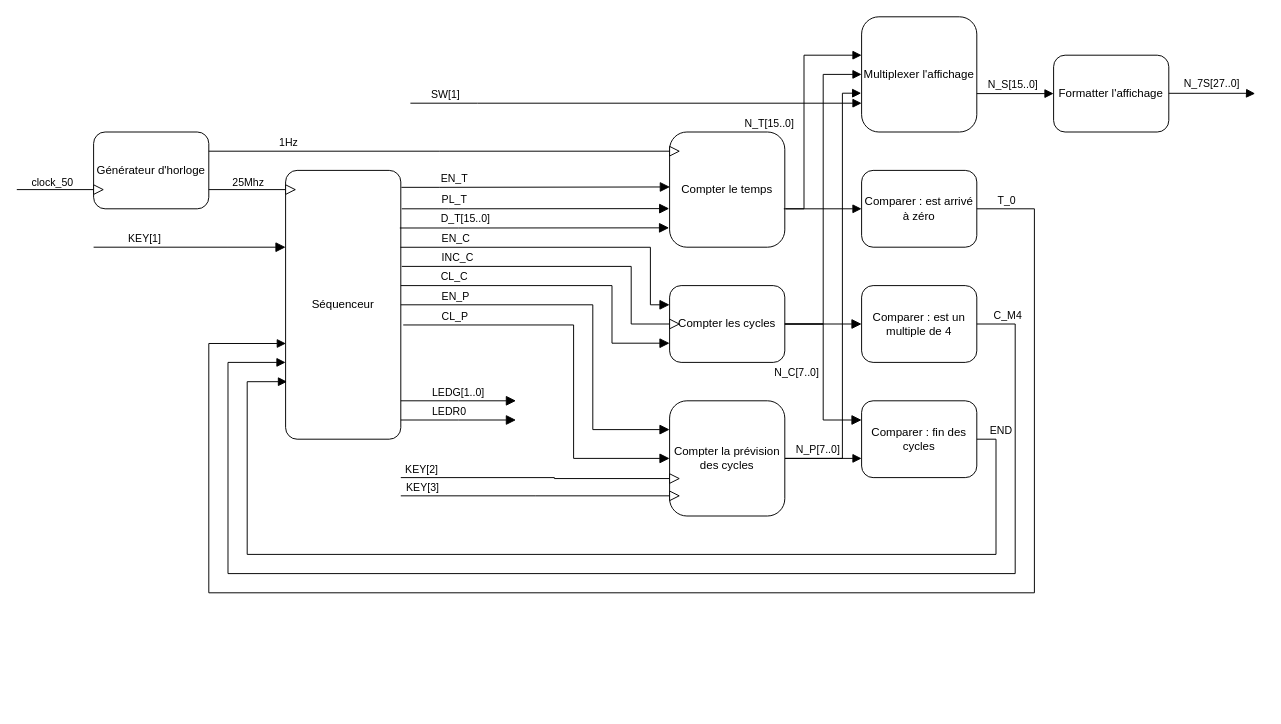
Yohannans/pythonCours keeps this draw.io diagram as Diagramme sans nom.drawio. Above is the earlier version. Source tidied: cells renumbered, new cells numbered last; positions are measured from the earlier drawing's top-left corner, leaving out a move shared by most shapes. Both pictures are drawn from the tidied source at 96%, with x=0, y=0 at pixel (16, 16).
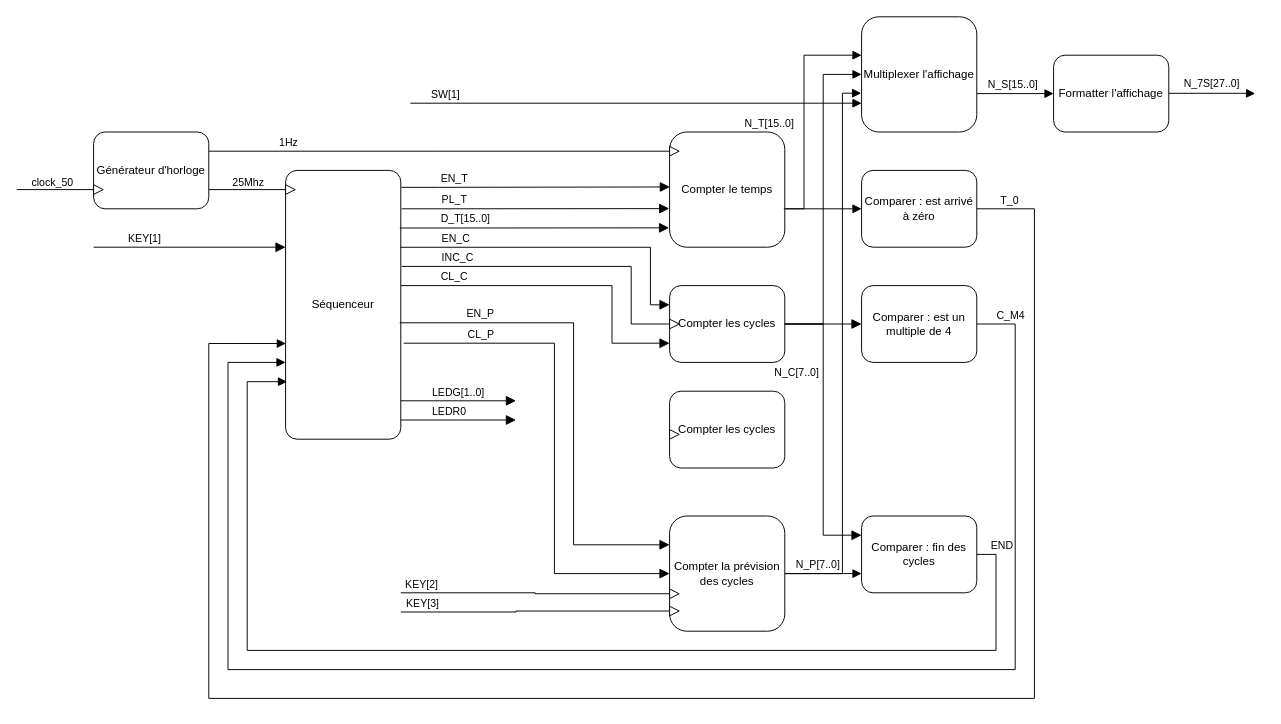
Above is the later version.

Commit message:
Mettre à jour Diagramme sans nom.drawio

The change refers to these unchanged cells:
```xml
<mxCell id="5" value="&lt;font face=&quot;Lora&quot;&gt;Séquenceur&lt;/font&gt;" style="rounded=1;whiteSpace=wrap;html=1;glass=0;arcSize=10;snapToPoint=1;fixDash=0;" parent="1" vertex="1">
  <mxGeometry x="280" y="160" width="120" height="280" as="geometry" />
</mxCell>
<mxCell id="49" value="&lt;font face=&quot;Lora&quot;&gt;Comparer : est un multiple de 4&lt;/font&gt;" style="rounded=1;whiteSpace=wrap;html=1;" parent="1" vertex="1">
  <mxGeometry x="880" y="280" width="120" height="80" as="geometry" />
</mxCell>
<mxCell id="52" value="&lt;font face=&quot;Lora&quot;&gt;Comparer : est arrivé à&amp;nbsp;zéro&lt;/font&gt;" style="rounded=1;whiteSpace=wrap;html=1;" parent="1" vertex="1">
  <mxGeometry x="880" y="160" width="120" height="80" as="geometry" />
</mxCell>
<mxCell id="61" value="&lt;font face=&quot;Lora&quot;&gt;Multiplexer l'affichage&lt;/font&gt;" style="rounded=1;whiteSpace=wrap;html=1;" parent="1" vertex="1">
  <mxGeometry x="880" width="120" height="120" as="geometry" />
</mxCell>
```

What changed in the source:
```diff
@@
     <mxCell id="37" style="edgeStyle=orthogonalEdgeStyle;rounded=0;jettySize=auto;html=1;exitX=1;exitY=0.5;exitDx=0;exitDy=0;entryX=-0.003;entryY=0.663;entryDx=0;entryDy=0;entryPerimeter=0;endArrow=block;endFill=1;endSize=7;" parent="1" edge="1" source="38" target="61">
       <mxGeometry relative="1" as="geometry">
         <Array as="points">
-          <mxPoint x="860" y="460" />
+          <mxPoint x="860" y="580" />
           <mxPoint x="860" y="80" />
           <mxPoint x="880" y="80" />
         </Array>
       </mxGeometry>
     </mxCell>
     <mxCell id="38" value="&lt;font face=&quot;Lora&quot;&gt;Compter la prévision des cycles&lt;/font&gt;" style="rounded=1;whiteSpace=wrap;html=1;" parent="1" vertex="1">
-      <mxGeometry x="680" y="400" width="120" height="120" as="geometry" />
+      <mxGeometry x="680" y="520" width="120" height="120" as="geometry" />
     </mxCell>
-    <mxCell id="39" style="edgeStyle=elbowEdgeStyle;elbow=horizontal;endArrow=block;html=1;curved=0;rounded=0;endSize=8;startSize=8;endFill=1;entryX=0;entryY=0.25;entryDx=0;entryDy=0;exitX=1;exitY=0.5;exitDx=0;exitDy=0;" parent="1" edge="1" source="5" target="38">
+    <mxCell id="39" style="edgeStyle=elbowEdgeStyle;elbow=horizontal;endArrow=block;html=1;curved=0;rounded=0;endSize=8;startSize=8;endFill=1;entryX=0;entryY=0.25;entryDx=0;entryDy=0;exitX=0.991;exitY=0.567;exitDx=0;exitDy=0;exitPerimeter=0;" parent="1" edge="1" source="5" target="38">
       <mxGeometry relative="1" as="geometry">
         <Array as="points">
-          <mxPoint x="600" y="360" />
+          <mxPoint x="580" y="430" />
         </Array>
       </mxGeometry>
     </mxCell>
@@
-    <mxCell id="41" style="edgeStyle=elbowEdgeStyle;elbow=horizontal;endArrow=block;html=1;curved=0;rounded=0;endSize=8;startSize=8;endFill=1;entryX=0;entryY=0.5;entryDx=0;entryDy=0;exitX=1.021;exitY=0.575;exitDx=0;exitDy=0;exitPerimeter=0;" parent="1" edge="1" source="5" target="38">
+    <mxCell id="41" style="edgeStyle=elbowEdgeStyle;elbow=horizontal;endArrow=block;html=1;curved=0;rounded=0;endSize=8;startSize=8;endFill=1;entryX=0;entryY=0.5;entryDx=0;entryDy=0;" parent="1" edge="1" target="38">
       <mxGeometry relative="1" as="geometry">
+        <mxPoint x="403" y="340" as="sourcePoint" />
         <Array as="points">
-          <mxPoint x="580" y="390" />
+          <mxPoint x="560" y="460" />
         </Array>
       </mxGeometry>
     </mxCell>
@@
     <mxCell id="43" style="edgeStyle=elbowEdgeStyle;elbow=horizontal;endArrow=none;html=1;curved=0;rounded=0;endSize=8;startSize=8;endFill=0;entryX=0;entryY=0.5;entryDx=0;entryDy=0;" parent="1" edge="1" target="45">
       <mxGeometry relative="1" as="geometry">
-        <mxPoint x="400" y="480" as="sourcePoint" />
+        <mxPoint x="400" y="600" as="sourcePoint" />
         <Array as="points">
-          <mxPoint x="560" y="410" />
+          <mxPoint x="540" y="540" />
         </Array>
       </mxGeometry>
     </mxCell>
@@
     <mxCell id="45" style="triangle;whiteSpace=wrap;html=1;rotation=0;" parent="1" vertex="1">
-      <mxGeometry x="680" y="476" width="10" height="10" as="geometry" />
+      <mxGeometry x="680" y="596" width="10" height="10" as="geometry" />
     </mxCell>
     <mxCell id="46" style="edgeStyle=elbowEdgeStyle;elbow=horizontal;endArrow=none;html=1;curved=0;rounded=0;endSize=8;startSize=8;endFill=0;entryX=0;entryY=0.5;entryDx=0;entryDy=0;" parent="1" edge="1" target="48">
       <mxGeometry relative="1" as="geometry">
-        <mxPoint x="400" y="499" as="sourcePoint" />
+        <mxPoint x="400" y="620" as="sourcePoint" />
         <Array as="points">
-          <mxPoint x="540" y="430" />
+          <mxPoint x="520" y="560" />
         </Array>
       </mxGeometry>
     </mxCell>
@@
     <mxCell id="48" style="triangle;whiteSpace=wrap;html=1;rotation=0;" parent="1" vertex="1">
-      <mxGeometry x="680" y="494" width="10" height="10" as="geometry" />
+      <mxGeometry x="680" y="614" width="10" height="10" as="geometry" />
     </mxCell>
@@
     <mxCell id="53" value="&lt;font face=&quot;Lora&quot;&gt;Comparer : fin des cycles&lt;/font&gt;" style="rounded=1;whiteSpace=wrap;html=1;" parent="1" vertex="1">
-      <mxGeometry x="880" y="400" width="120" height="80" as="geometry" />
+      <mxGeometry x="880" y="520" width="120" height="80" as="geometry" />
     </mxCell>
@@
     <mxCell id="55" style="edgeStyle=orthogonalEdgeStyle;rounded=0;jettySize=auto;html=1;exitX=1;exitY=0.5;exitDx=0;exitDy=0;entryX=0.013;entryY=0.786;entryDx=0;entryDy=0;entryPerimeter=0;endArrow=block;endFill=1;endSize=7;" parent="1" edge="1" source="53" target="5">
       <mxGeometry relative="1" as="geometry">
         <Array as="points">
-          <mxPoint x="1020" y="440" />
           <mxPoint x="1020" y="560" />
-          <mxPoint x="240" y="560" />
+          <mxPoint x="1020" y="660" />
+          <mxPoint x="240" y="660" />
           <mxPoint x="240" y="380" />
         </Array>
       </mxGeometry>
     </mxCell>
@@
     <mxCell id="57" style="edgeStyle=orthogonalEdgeStyle;rounded=0;jettySize=auto;html=1;endArrow=block;endFill=1;endSize=7;exitX=1;exitY=0.5;exitDx=0;exitDy=0;" parent="1" edge="1" source="49">
       <mxGeometry relative="1" as="geometry">
         <mxPoint x="280" y="360" as="targetPoint" />
         <Array as="points">
           <mxPoint x="1040" y="320" />
-          <mxPoint x="1040" y="580" />
-          <mxPoint x="220" y="580" />
+          <mxPoint x="1040" y="680" />
+          <mxPoint x="220" y="680" />
           <mxPoint x="220" y="360" />
         </Array>
       </mxGeometry>
     </mxCell>
@@
     <mxCell id="59" style="edgeStyle=orthogonalEdgeStyle;rounded=0;jettySize=auto;html=1;entryX=0.003;entryY=0.644;entryDx=0;entryDy=0;endArrow=block;endFill=1;endSize=7;exitX=1;exitY=0.5;exitDx=0;exitDy=0;entryPerimeter=0;" parent="1" edge="1" source="52" target="5">
       <mxGeometry relative="1" as="geometry">
         <Array as="points">
           <mxPoint x="1060" y="200" />
-          <mxPoint x="1060" y="600" />
-          <mxPoint x="200" y="600" />
+          <mxPoint x="1060" y="710" />
+          <mxPoint x="200" y="710" />
           <mxPoint x="200" y="340" />
         </Array>
       </mxGeometry>
     </mxCell>
@@
+    <mxCell id="73" value="&lt;font face=&quot;Lora&quot;&gt;Compter les cycles&lt;/font&gt;" style="rounded=1;whiteSpace=wrap;html=1;" parent="1" vertex="1">
+      <mxGeometry x="680" y="390" width="120" height="80" as="geometry" />
+    </mxCell>
+    <mxCell id="74" style="triangle;whiteSpace=wrap;html=1;rotation=0;" parent="1" vertex="1">
+      <mxGeometry x="680" y="430" width="10" height="10" as="geometry" />
+    </mxCell>
```
